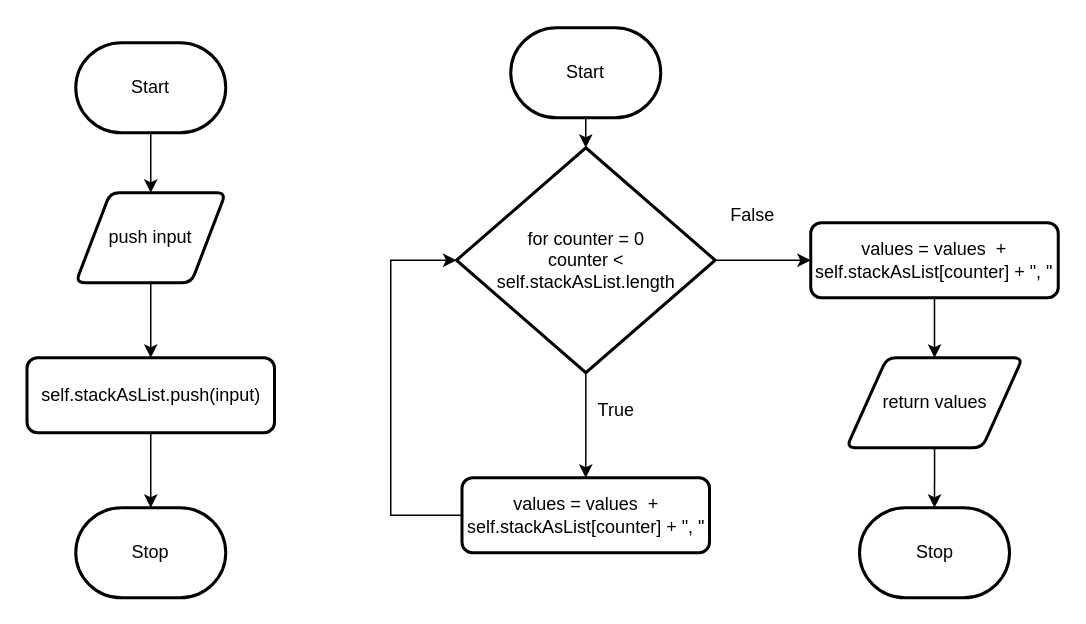
The draw.io diagram Unit2-02/flowchart.drawio in MTHS-ICS4U-1-2023/ICS4U-Unit2-Infinity-De-Guzman, before the edit. Source tidied: cells renumbered, new cells numbered last; positions are measured from the earlier drawing's top-left corner, leaving out a move shared by most shapes. Both pictures are drawn from the tidied source at 150%, with x=0, y=0 at pixel (27, 27).
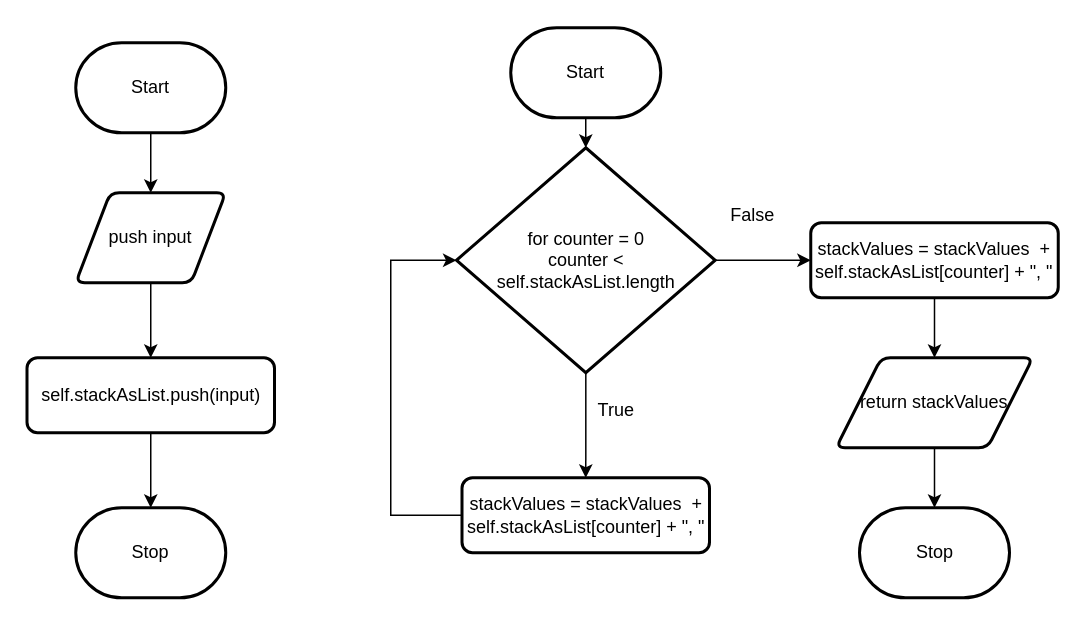
After the change.

What changed in the source:
```diff
@@
-    <mxCell id="16" value="values = values&amp;nbsp; + self.stackAsList[counter] + &quot;, &quot;" style="rounded=1;whiteSpace=wrap;html=1;absoluteArcSize=1;arcSize=14;strokeWidth=2;" parent="1" vertex="1">
+    <mxCell id="16" value="stackValues = stackValues&amp;nbsp; + self.stackAsList[counter] + &quot;, &quot;" style="rounded=1;whiteSpace=wrap;html=1;absoluteArcSize=1;arcSize=14;strokeWidth=2;" parent="1" vertex="1">
       <mxGeometry x="289.5" y="300" width="165" height="50" as="geometry" />
     </mxCell>
@@
-    <mxCell id="19" value="values = values&amp;nbsp; + self.stackAsList[counter] + &quot;, &quot;" style="rounded=1;whiteSpace=wrap;html=1;absoluteArcSize=1;arcSize=14;strokeWidth=2;" parent="1" vertex="1">
+    <mxCell id="19" value="stackValues = stackValues&amp;nbsp; + self.stackAsList[counter] + &quot;, &quot;" style="rounded=1;whiteSpace=wrap;html=1;absoluteArcSize=1;arcSize=14;strokeWidth=2;" parent="1" vertex="1">
       <mxGeometry x="522" y="130" width="165" height="50" as="geometry" />
     </mxCell>
@@
-    <mxCell id="21" value="return values" style="shape=parallelogram;html=1;strokeWidth=2;perimeter=parallelogramPerimeter;whiteSpace=wrap;rounded=1;arcSize=12;size=0.23;" parent="1" vertex="1">
-      <mxGeometry x="545.8" y="220" width="117.5" height="60" as="geometry" />
+    <mxCell id="21" value="return stackValues" style="shape=parallelogram;html=1;strokeWidth=2;perimeter=parallelogramPerimeter;whiteSpace=wrap;rounded=1;arcSize=12;size=0.23;" parent="1" vertex="1">
+      <mxGeometry x="538.9" y="220" width="131.2" height="60" as="geometry" />
     </mxCell>
```
